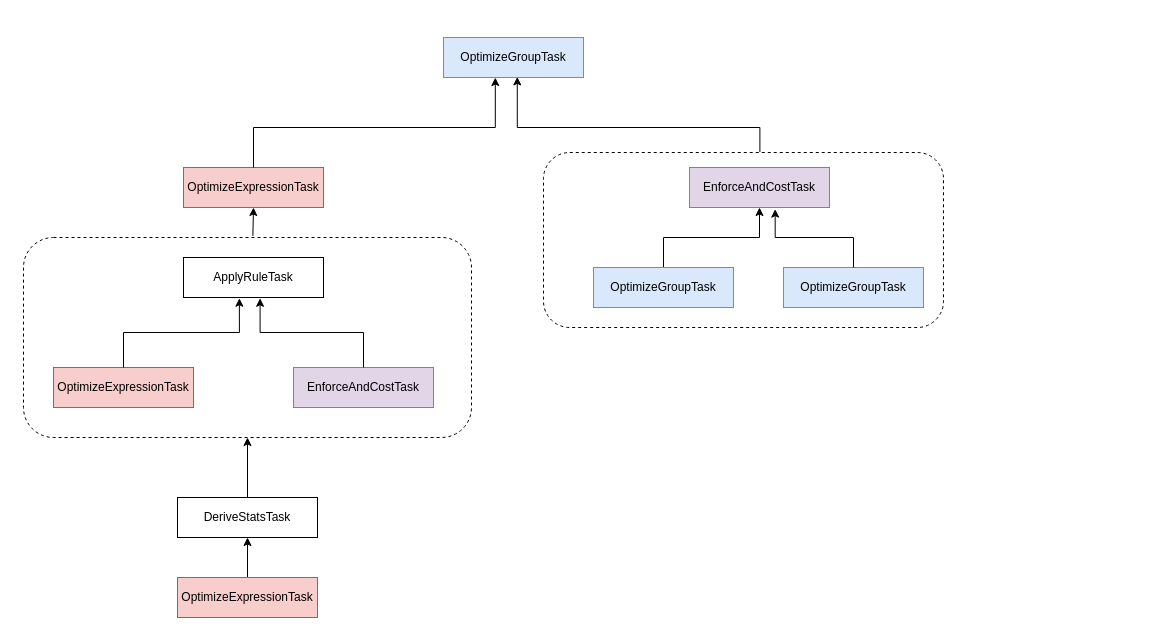
Before: StarRocks/CBO/OptimizerTask.drawio in szza/szza.github.io.images, a draw.io diagram. Source tidied: cells renumbered, new cells numbered last; positions are measured from the earlier drawing's top-left corner, leaving out a move shared by most shapes. Both pictures are drawn from the tidied source at 100%, with x=0, y=0 at pixel (23, 37).
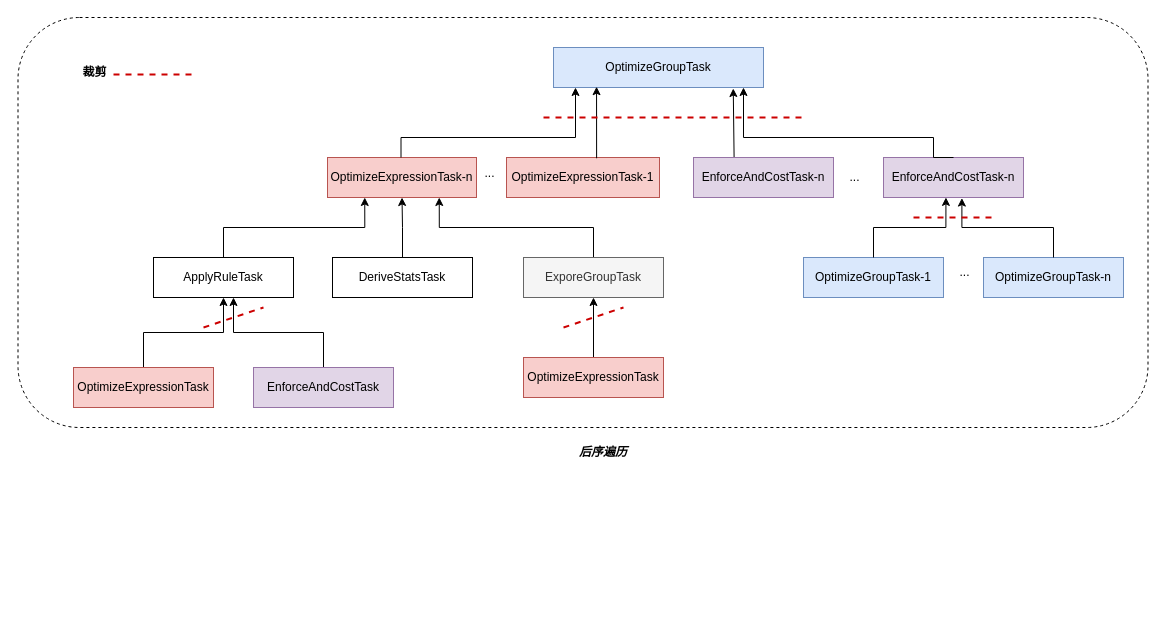
After the change.

Change to the diagram source:
```diff
@@
     <mxCell id="2" value="OptimizeGroupTask" style="rounded=0;whiteSpace=wrap;html=1;fillColor=#dae8fc;strokeColor=#6c8ebf;" parent="1" vertex="1">
-      <mxGeometry x="420" width="140" height="40" as="geometry" />
+      <mxGeometry x="530" y="10" width="210" height="40" as="geometry" />
     </mxCell>
-    <mxCell id="3" value="OptimizeExpressionTask" style="rounded=0;whiteSpace=wrap;html=1;fillColor=#f8cecc;strokeColor=#b85450;" parent="1" vertex="1">
-      <mxGeometry x="160" y="130" width="140" height="40" as="geometry" />
+    <mxCell id="3" value="OptimizeExpressionTask-n" style="rounded=0;whiteSpace=wrap;html=1;fillColor=#f8cecc;strokeColor=#b85450;" parent="1" vertex="1">
+      <mxGeometry x="304" y="120" width="149" height="40" as="geometry" />
     </mxCell>
-    <mxCell id="4" value="EnforceAndCostTask" style="rounded=0;whiteSpace=wrap;html=1;fillColor=#e1d5e7;strokeColor=#9673a6;" parent="1" vertex="1">
-      <mxGeometry x="666" y="130" width="140" height="40" as="geometry" />
+    <mxCell id="4" value="EnforceAndCostTask-n" style="rounded=0;whiteSpace=wrap;html=1;fillColor=#e1d5e7;strokeColor=#9673a6;" parent="1" vertex="1">
+      <mxGeometry x="860" y="120" width="140" height="40" as="geometry" />
     </mxCell>
-    <mxCell id="5" style="edgeStyle=orthogonalEdgeStyle;rounded=0;jettySize=auto;html=1;exitX=0.5;exitY=0;exitDx=0;exitDy=0;entryX=0.5;entryY=1;entryDx=0;entryDy=0;" parent="1" edge="1" source="6" target="4">
-      <mxGeometry relative="1" as="geometry" />
-    </mxCell>
-    <mxCell id="6" value="OptimizeGroupTask" style="rounded=0;whiteSpace=wrap;html=1;fillColor=#dae8fc;strokeColor=#6c8ebf;" parent="1" vertex="1">
-      <mxGeometry x="570" y="230" width="140" height="40" as="geometry" />
+    <mxCell id="6" value="OptimizeGroupTask-1" style="rounded=0;whiteSpace=wrap;html=1;fillColor=#dae8fc;strokeColor=#6c8ebf;" parent="1" vertex="1">
+      <mxGeometry x="780" y="220" width="140" height="40" as="geometry" />
     </mxCell>
-    <mxCell id="7" value="OptimizeGroupTask" style="rounded=0;whiteSpace=wrap;html=1;fillColor=#dae8fc;strokeColor=#6c8ebf;" parent="1" vertex="1">
-      <mxGeometry x="760" y="230" width="140" height="40" as="geometry" />
+    <mxCell id="7" value="OptimizeGroupTask-n" style="rounded=0;whiteSpace=wrap;html=1;fillColor=#dae8fc;strokeColor=#6c8ebf;" parent="1" vertex="1">
+      <mxGeometry x="960" y="220" width="140" height="40" as="geometry" />
     </mxCell>
+    <mxCell id="11" value="ApplyRuleTask" style="rounded=0;whiteSpace=wrap;html=1;" parent="1" vertex="1">
+      <mxGeometry x="130" y="220" width="140" height="40" as="geometry" />
+    </mxCell>
+    <mxCell id="23" style="edgeStyle=orthogonalEdgeStyle;rounded=0;jettySize=auto;html=1;exitX=0.5;exitY=0;exitDx=0;exitDy=0;entryX=0.5;entryY=1;entryDx=0;entryDy=0;" parent="1" edge="1" source="13" target="3">
+      <mxGeometry relative="1" as="geometry" />
+    </mxCell>
+    <mxCell id="13" value="DeriveStatsTask" style="rounded=0;whiteSpace=wrap;html=1;" parent="1" vertex="1">
+      <mxGeometry x="309" y="220" width="140" height="40" as="geometry" />
+    </mxCell>
+    <mxCell id="24" style="edgeStyle=orthogonalEdgeStyle;rounded=0;jettySize=auto;html=1;exitX=0.5;exitY=0;exitDx=0;exitDy=0;entryX=0.75;entryY=1;entryDx=0;entryDy=0;" parent="1" edge="1" source="14" target="3">
+      <mxGeometry relative="1" as="geometry" />
+    </mxCell>
+    <mxCell id="14" value="ExporeGroupTask" style="rounded=0;whiteSpace=wrap;html=1;fillColor=#f5f5f5;strokeColor=#666666;fontColor=#333333;" parent="1" vertex="1">
+      <mxGeometry x="500" y="220" width="140" height="40" as="geometry" />
+    </mxCell>
+    <mxCell id="25" style="edgeStyle=orthogonalEdgeStyle;rounded=0;jettySize=auto;html=1;exitX=0.5;exitY=0;exitDx=0;exitDy=0;" parent="1" edge="1" source="15">
+      <mxGeometry relative="1" as="geometry">
+        <mxPoint x="200" y="260" as="targetPoint" />
+        <Array as="points">
+          <mxPoint x="120" y="295" />
+          <mxPoint x="200" y="295" />
+          <mxPoint x="200" y="260" />
+        </Array>
+      </mxGeometry>
+    </mxCell>
+    <mxCell id="15" value="OptimizeExpressionTask" style="rounded=0;whiteSpace=wrap;html=1;fillColor=#f8cecc;strokeColor=#b85450;" parent="1" vertex="1">
+      <mxGeometry x="50" y="330" width="140" height="40" as="geometry" />
+    </mxCell>
+    <mxCell id="26" style="edgeStyle=orthogonalEdgeStyle;rounded=0;jettySize=auto;html=1;exitX=0.5;exitY=0;exitDx=0;exitDy=0;" parent="1" edge="1" source="16">
+      <mxGeometry relative="1" as="geometry">
+        <mxPoint x="210" y="260" as="targetPoint" />
+        <Array as="points">
+          <mxPoint x="300" y="295" />
+          <mxPoint x="210" y="295" />
+          <mxPoint x="210" y="260" />
+        </Array>
+      </mxGeometry>
+    </mxCell>
+    <mxCell id="16" value="EnforceAndCostTask" style="rounded=0;whiteSpace=wrap;html=1;fillColor=#e1d5e7;strokeColor=#9673a6;" parent="1" vertex="1">
+      <mxGeometry x="230" y="330" width="140" height="40" as="geometry" />
+    </mxCell>
+    <mxCell id="27" style="edgeStyle=orthogonalEdgeStyle;rounded=0;jettySize=auto;html=1;exitX=0.5;exitY=0;exitDx=0;exitDy=0;entryX=0.25;entryY=1;entryDx=0;entryDy=0;" parent="1" edge="1" source="11" target="3">
+      <mxGeometry relative="1" as="geometry" />
+    </mxCell>
+    <mxCell id="28" style="edgeStyle=orthogonalEdgeStyle;rounded=0;jettySize=auto;html=1;exitX=0.5;exitY=0;exitDx=0;exitDy=0;" parent="1" edge="1" target="2">
+      <mxGeometry relative="1" as="geometry">
+        <mxPoint x="377.5" y="120" as="sourcePoint" />
+        <Array as="points">
+          <mxPoint x="378" y="100" />
+          <mxPoint x="552" y="100" />
+        </Array>
+      </mxGeometry>
+    </mxCell>
+    <mxCell id="29" style="edgeStyle=orthogonalEdgeStyle;rounded=0;jettySize=auto;html=1;exitX=0.5;exitY=0;exitDx=0;exitDy=0;" parent="1" edge="1" source="4" target="2">
+      <mxGeometry relative="1" as="geometry">
+        <Array as="points">
+          <mxPoint x="910" y="100" />
+          <mxPoint x="720" y="100" />
+        </Array>
+      </mxGeometry>
+    </mxCell>
+    <mxCell id="30" value="&lt;b&gt;&lt;i&gt;后序遍历&lt;/i&gt;&lt;/b&gt;" style="text;html=1;strokeColor=none;fillColor=none;align=center;verticalAlign=middle;whiteSpace=wrap;rounded=0;" parent="1" vertex="1">
+      <mxGeometry x="540" y="400" width="80" height="30" as="geometry" />
+    </mxCell>
+    <mxCell id="31" value="OptimizeExpressionTask-1" style="rounded=0;whiteSpace=wrap;html=1;fillColor=#f8cecc;strokeColor=#b85450;" parent="1" vertex="1">
+      <mxGeometry x="483" y="120" width="153" height="40" as="geometry" />
+    </mxCell>
+    <mxCell id="32" value="..." style="text;html=1;align=center;verticalAlign=middle;strokeColor=none;fillColor=none;" parent="1" vertex="1">
+      <mxGeometry x="451" y="121" width="30" height="30" as="geometry" />
+    </mxCell>
+    <mxCell id="33" style="edgeStyle=orthogonalEdgeStyle;rounded=0;jettySize=auto;html=1;exitX=0.29;exitY=-0.003;exitDx=0;exitDy=0;exitPerimeter=0;entryX=0.856;entryY=1.025;entryDx=0;entryDy=0;entryPerimeter=0;" parent="1" edge="1" source="34" target="2">
+      <mxGeometry relative="1" as="geometry">
+        <Array as="points">
+          <mxPoint x="710" y="120" />
+        </Array>
+      </mxGeometry>
+    </mxCell>
+    <mxCell id="34" value="EnforceAndCostTask-n" style="rounded=0;whiteSpace=wrap;html=1;fillColor=#e1d5e7;strokeColor=#9673a6;" parent="1" vertex="1">
+      <mxGeometry x="670" y="120" width="140" height="40" as="geometry" />
+    </mxCell>
+    <mxCell id="35" style="edgeStyle=orthogonalEdgeStyle;rounded=0;jettySize=auto;html=1;entryX=0.205;entryY=0.98;entryDx=0;entryDy=0;entryPerimeter=0;exitX=0.589;exitY=0.019;exitDx=0;exitDy=0;exitPerimeter=0;" parent="1" edge="1" source="31" target="2">
+      <mxGeometry relative="1" as="geometry" />
+    </mxCell>
+    <mxCell id="36" value="..." style="text;html=1;align=center;verticalAlign=middle;strokeColor=none;fillColor=none;" parent="1" vertex="1">
+      <mxGeometry x="816" y="125" width="30" height="30" as="geometry" />
+    </mxCell>
+    <mxCell id="37" value="..." style="text;html=1;align=center;verticalAlign=middle;strokeColor=none;fillColor=none;" parent="1" vertex="1">
+      <mxGeometry x="926" y="220" width="30" height="30" as="geometry" />
+    </mxCell>
+    <mxCell id="5" style="edgeStyle=orthogonalEdgeStyle;rounded=0;jettySize=auto;html=1;exitX=0.5;exitY=0;exitDx=0;exitDy=0;entryX=0.446;entryY=0.998;entryDx=0;entryDy=0;entryPerimeter=0;" parent="1" edge="1" source="6" target="4">
+      <mxGeometry relative="1" as="geometry" />
+    </mxCell>
-    <mxCell id="8" style="edgeStyle=orthogonalEdgeStyle;rounded=0;jettySize=auto;html=1;exitX=0.5;exitY=0;exitDx=0;exitDy=0;entryX=0.612;entryY=1.041;entryDx=0;entryDy=0;entryPerimeter=0;" parent="1" edge="1" source="7" target="4">
+    <mxCell id="8" style="edgeStyle=orthogonalEdgeStyle;rounded=0;jettySize=auto;html=1;exitX=0.5;exitY=0;exitDx=0;exitDy=0;entryX=0.56;entryY=1.014;entryDx=0;entryDy=0;entryPerimeter=0;" parent="1" edge="1" source="7" target="4">
       <mxGeometry relative="1" as="geometry" />
     </mxCell>
-    <mxCell id="9" style="edgeStyle=orthogonalEdgeStyle;rounded=0;jettySize=auto;html=1;exitX=0.5;exitY=0;exitDx=0;exitDy=0;entryX=0.37;entryY=1.001;entryDx=0;entryDy=0;entryPerimeter=0;" parent="1" edge="1" source="3" target="2">
-      <mxGeometry relative="1" as="geometry">
-        <Array as="points">
-          <mxPoint x="230" y="90" />
-          <mxPoint x="472" y="90" />
-        </Array>
-      </mxGeometry>
-    </mxCell>
-    <mxCell id="10" style="edgeStyle=orthogonalEdgeStyle;rounded=0;jettySize=auto;html=1;exitX=0.541;exitY=-0.003;exitDx=0;exitDy=0;entryX=0.527;entryY=0.985;entryDx=0;entryDy=0;entryPerimeter=0;exitPerimeter=0;" parent="1" edge="1" source="21" target="2">
-      <mxGeometry relative="1" as="geometry">
-        <Array as="points">
-          <mxPoint x="736" y="90" />
-          <mxPoint x="494" y="90" />
-        </Array>
-      </mxGeometry>
-    </mxCell>
-    <mxCell id="11" value="ApplyRuleTask" style="rounded=0;whiteSpace=wrap;html=1;" parent="1" vertex="1">
-      <mxGeometry x="160" y="220" width="140" height="40" as="geometry" />
-    </mxCell>
-    <mxCell id="12" style="edgeStyle=orthogonalEdgeStyle;rounded=0;jettySize=auto;html=1;exitX=0.5;exitY=1;exitDx=0;exitDy=0;entryX=0.5;entryY=0;entryDx=0;entryDy=0;endArrow=none;endFill=0;startArrow=classic;startFill=1;" parent="1" edge="1" source="13" target="14">
-      <mxGeometry relative="1" as="geometry" />
-    </mxCell>
-    <mxCell id="13" value="DeriveStatsTask" style="rounded=0;whiteSpace=wrap;html=1;" parent="1" vertex="1">
-      <mxGeometry x="154" y="460" width="140" height="40" as="geometry" />
-    </mxCell>
-    <mxCell id="14" value="OptimizeExpressionTask" style="rounded=0;whiteSpace=wrap;html=1;fillColor=#f8cecc;strokeColor=#b85450;" parent="1" vertex="1">
-      <mxGeometry x="154" y="540" width="140" height="40" as="geometry" />
-    </mxCell>
-    <mxCell id="15" value="OptimizeExpressionTask" style="rounded=0;whiteSpace=wrap;html=1;fillColor=#f8cecc;strokeColor=#b85450;" parent="1" vertex="1">
-      <mxGeometry x="30" y="330" width="140" height="40" as="geometry" />
-    </mxCell>
-    <mxCell id="16" value="EnforceAndCostTask" style="rounded=0;whiteSpace=wrap;html=1;fillColor=#e1d5e7;strokeColor=#9673a6;" parent="1" vertex="1">
-      <mxGeometry x="270" y="330" width="140" height="40" as="geometry" />
-    </mxCell>
-    <mxCell id="17" style="edgeStyle=orthogonalEdgeStyle;rounded=0;jettySize=auto;html=1;exitX=0.5;exitY=0;exitDx=0;exitDy=0;entryX=0.399;entryY=1.019;entryDx=0;entryDy=0;entryPerimeter=0;" parent="1" edge="1" source="15" target="11">
-      <mxGeometry relative="1" as="geometry" />
-    </mxCell>
-    <mxCell id="18" style="edgeStyle=orthogonalEdgeStyle;rounded=0;jettySize=auto;html=1;exitX=0.5;exitY=0;exitDx=0;exitDy=0;entryX=0.547;entryY=1.019;entryDx=0;entryDy=0;entryPerimeter=0;" parent="1" edge="1" source="16" target="11">
-      <mxGeometry relative="1" as="geometry" />
-    </mxCell>
-    <mxCell id="19" style="edgeStyle=orthogonalEdgeStyle;rounded=0;jettySize=auto;html=1;exitX=0.5;exitY=1;exitDx=0;exitDy=0;endArrow=none;endFill=0;startArrow=classic;startFill=1;" parent="1" edge="1" source="20" target="13">
-      <mxGeometry relative="1" as="geometry" />
-    </mxCell>
-    <mxCell id="20" style="rounded=1;whiteSpace=wrap;html=1;fillColor=none;dashed=1;" parent="1" vertex="1">
-      <mxGeometry y="200" width="448" height="200" as="geometry" />
-    </mxCell>
-    <mxCell id="21" style="rounded=1;whiteSpace=wrap;html=1;fillColor=none;dashed=1;" parent="1" vertex="1">
-      <mxGeometry x="520" y="115" width="400" height="175" as="geometry" />
-    </mxCell>
-    <mxCell id="22" style="edgeStyle=orthogonalEdgeStyle;rounded=0;jettySize=auto;html=1;exitX=0.5;exitY=1;exitDx=0;exitDy=0;entryX=0.512;entryY=-0.008;entryDx=0;entryDy=0;entryPerimeter=0;endArrow=none;endFill=0;startArrow=classic;startFill=1;" parent="1" edge="1" source="3" target="20">
-      <mxGeometry relative="1" as="geometry" />
-    </mxCell>
+    <mxCell id="38" style="rounded=1;whiteSpace=wrap;html=1;fillColor=none;dashed=1;" parent="1" vertex="1">
+      <mxGeometry x="-5.5" y="-20" width="1130" height="410" as="geometry" />
+    </mxCell>
+    <mxCell id="39" style="edgeStyle=orthogonalEdgeStyle;rounded=0;jettySize=auto;html=1;exitX=0.5;exitY=0;exitDx=0;exitDy=0;entryX=0.5;entryY=1;entryDx=0;entryDy=0;" parent="1" edge="1" source="40" target="14">
+      <mxGeometry relative="1" as="geometry" />
+    </mxCell>
+    <mxCell id="40" value="OptimizeExpressionTask" style="rounded=0;whiteSpace=wrap;html=1;fillColor=#f8cecc;strokeColor=#b85450;" parent="1" vertex="1">
+      <mxGeometry x="500" y="320" width="140" height="40" as="geometry" />
+    </mxCell>
+    <mxCell id="41" style="endArrow=none;dashed=1;html=1;rounded=0;strokeColor=#CC0000;strokeWidth=2;" parent="1" edge="1">
+      <mxGeometry relative="1" as="geometry">
+        <mxPoint x="180" y="290" as="sourcePoint" />
+        <mxPoint x="240" y="270" as="targetPoint" />
+      </mxGeometry>
+    </mxCell>
+    <mxCell id="42" style="endArrow=none;dashed=1;html=1;rounded=0;strokeColor=#CC0000;strokeWidth=2;" parent="1" edge="1">
+      <mxGeometry relative="1" as="geometry">
+        <mxPoint x="540" y="290" as="sourcePoint" />
+        <mxPoint x="600" y="270" as="targetPoint" />
+      </mxGeometry>
+    </mxCell>
+    <mxCell id="43" style="endArrow=none;dashed=1;html=1;rounded=0;strokeColor=#CC0000;strokeWidth=2;" parent="1" edge="1">
+      <mxGeometry relative="1" as="geometry">
+        <mxPoint x="520" y="80" as="sourcePoint" />
+        <mxPoint x="780" y="80" as="targetPoint" />
+      </mxGeometry>
+    </mxCell>
+    <mxCell id="44" style="endArrow=none;dashed=1;html=1;rounded=0;strokeColor=#CC0000;strokeWidth=2;" parent="1" edge="1">
+      <mxGeometry relative="1" as="geometry">
+        <mxPoint x="890" y="180" as="sourcePoint" />
+        <mxPoint x="970" y="180" as="targetPoint" />
+      </mxGeometry>
+    </mxCell>
+    <mxCell id="45" style="endArrow=none;dashed=1;html=1;rounded=0;strokeColor=#CC0000;strokeWidth=2;" parent="1" edge="1">
+      <mxGeometry relative="1" as="geometry">
+        <mxPoint x="90" y="37" as="sourcePoint" />
+        <mxPoint x="170" y="37" as="targetPoint" />
+      </mxGeometry>
+    </mxCell>
+    <mxCell id="46" value="&lt;b&gt;&lt;font style=&quot;font-size: 12px;&quot;&gt;裁剪&lt;/font&gt;&lt;/b&gt;" style="edgeLabel;html=1;align=center;verticalAlign=middle;" parent="45" vertex="1">
+      <mxGeometry x="-0.34" y="3" relative="1" as="geometry">
+        <mxPoint x="-46" as="offset" />
+      </mxGeometry>
+    </mxCell>
```
